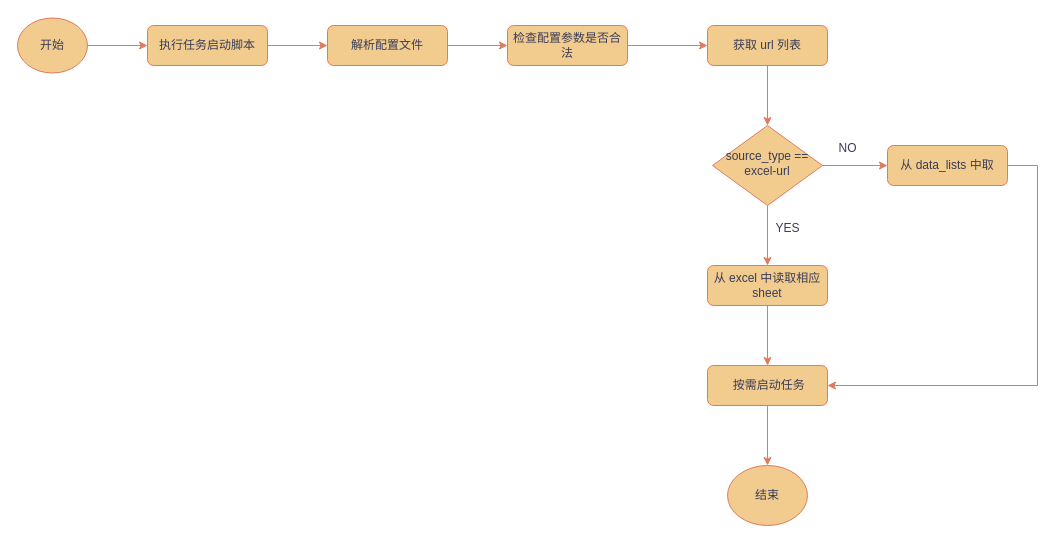
The draw.io diagram multi-task.drawio in silan-liu/drawio, before the edit. Source tidied: cells renumbered, new cells numbered last; positions are measured from the earlier drawing's top-left corner, leaving out a move shared by most shapes. Both pictures are drawn from the tidied source at 100%, with x=0, y=0 at pixel (17, 17).
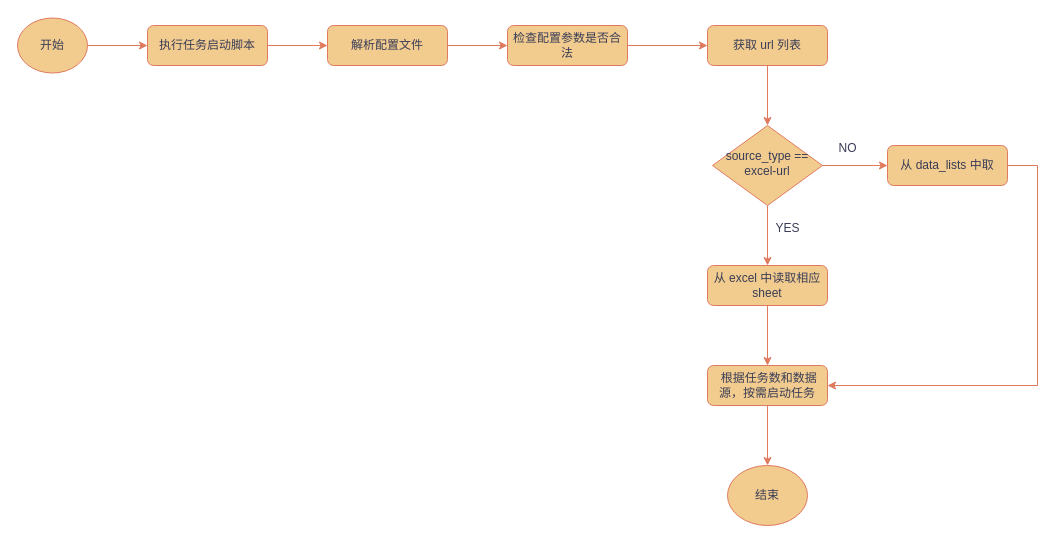
The same page after the edit.

Diff of the diagram source:
```diff
@@
-    <mxCell id="20" value="&amp;nbsp;按需启动任务" style="rounded=1;whiteSpace=wrap;html=1;fontSize=12;glass=0;strokeWidth=1;shadow=0;labelBackgroundColor=none;fillColor=#F2CC8F;strokeColor=#E07A5F;fontColor=#393C56;" parent="1" vertex="1">
+    <mxCell id="20" value="&amp;nbsp;根据任务数和数据源，按需启动任务" style="rounded=1;whiteSpace=wrap;html=1;fontSize=12;glass=0;strokeWidth=1;shadow=0;labelBackgroundColor=none;fillColor=#F2CC8F;strokeColor=#E07A5F;fontColor=#393C56;" parent="1" vertex="1">
       <mxGeometry x="690" y="348" width="120" height="40" as="geometry" />
     </mxCell>
```
